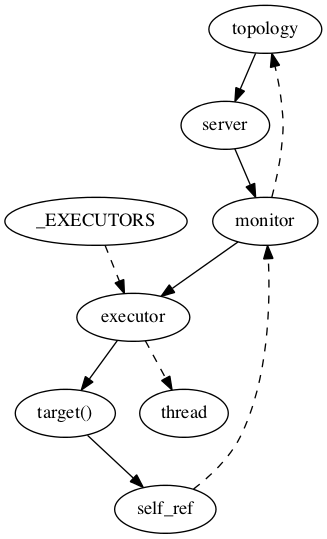
Before: doc/static/periodic-executor-refs.png, a diagram exported from Graphviz (mongodb/mongo-python-driver). Its source is kept beside it as doc/static/periodic-executor-refs.dot.
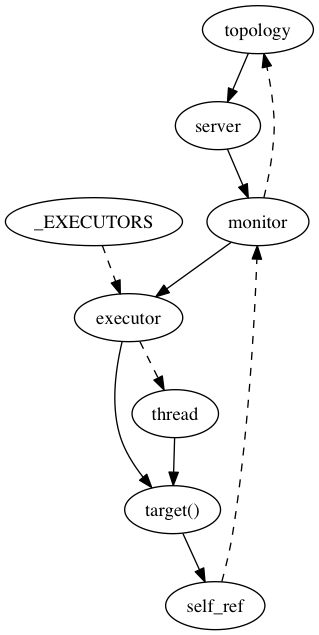
Later version of the same file.

Commit message:
PYTHON-983 Update docs for new executor design.

What changed in the source:
```diff
@@ -4,6 +4,7 @@
     monitor -> executor
     executor -> "target()"
     "target()" -> self_ref
+    thread -> "target()"
 
     edge [style="dashed"];
 
```
